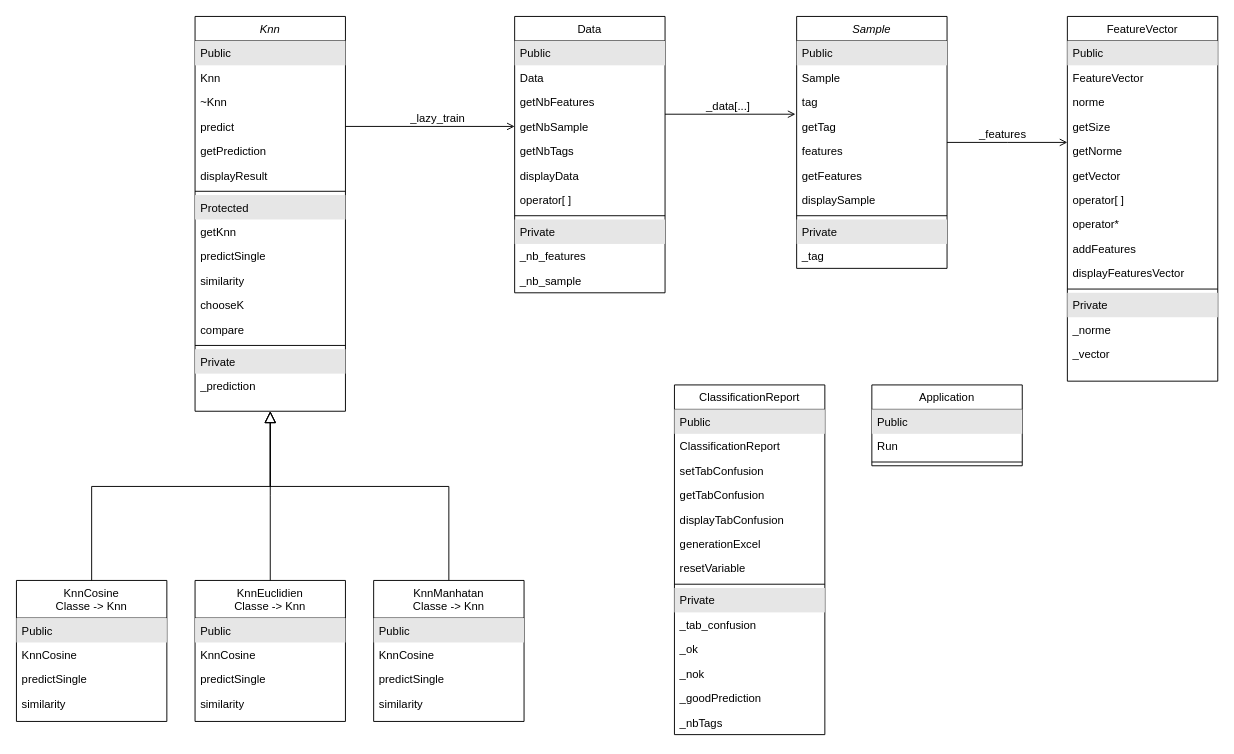
Earlier version of the draw.io diagram doc/UML.drawio (Ruttsu/Project_classifieur). Source tidied: cells renumbered, new cells numbered last; positions are measured from the earlier drawing's top-left corner, leaving out a move shared by most shapes. Both pictures are drawn from the tidied source at 94%, with x=0, y=0 at pixel (16, 16).
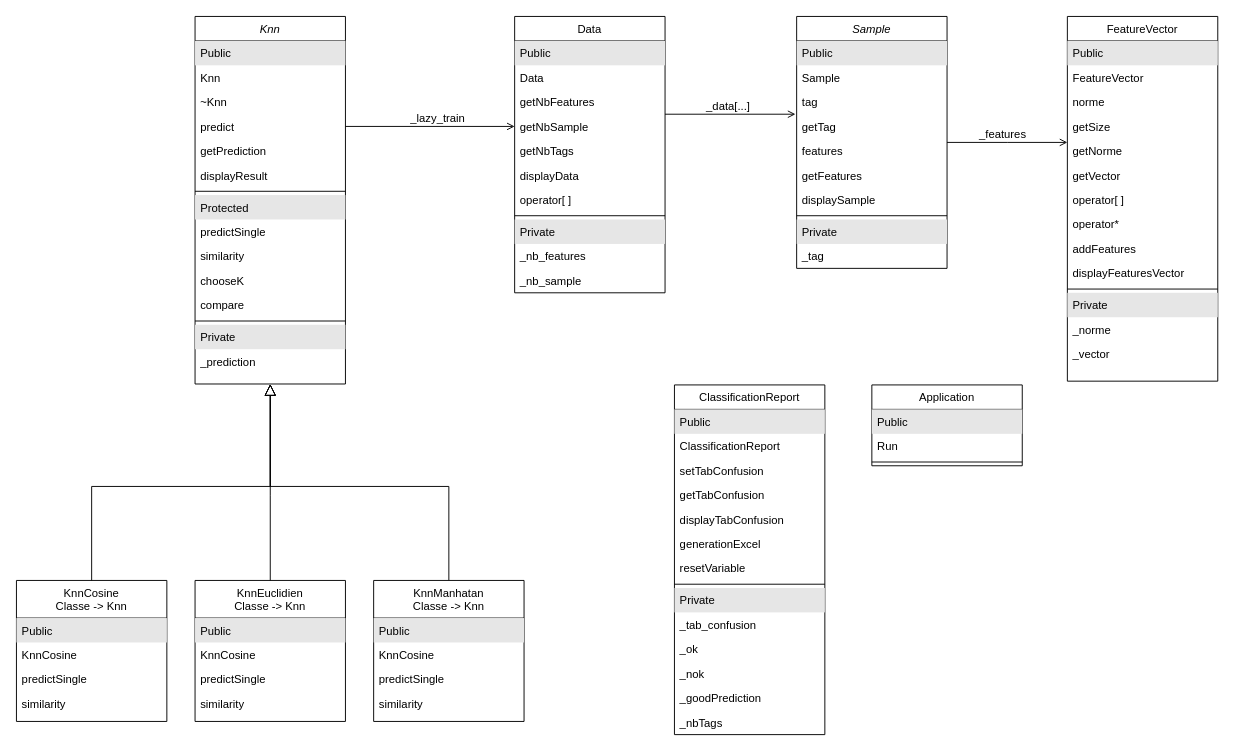
Above is the later version.

The edit, as a diff of the source:
```diff
@@
     <mxCell id="32" value="Knn" style="swimlane;fontStyle=2;align=center;verticalAlign=top;horizontal=1;startSize=26;rounded=0;shadow=0;strokeWidth=1;" parent="1" vertex="1">
-      <mxGeometry x="190" width="160" height="420" as="geometry" />
+      <mxGeometry x="190" width="160" height="391" as="geometry" />
     </mxCell>
@@
-    <mxCell id="41" value="getKnn" style="text;align=left;verticalAlign=top;spacingLeft=4;spacingRight=4;overflow=hidden;rounded=0;shadow=0;html=0;" parent="32" vertex="1">
-      <mxGeometry y="216" width="160" height="26" as="geometry" />
-    </mxCell>
     <mxCell id="42" value="predictSingle" style="text;align=left;verticalAlign=top;spacingLeft=4;spacingRight=4;overflow=hidden;rounded=0;shadow=0;html=0;" parent="32" vertex="1">
-      <mxGeometry y="242" width="160" height="26" as="geometry" />
+      <mxGeometry y="216" width="160" height="26" as="geometry" />
     </mxCell>
     <mxCell id="43" value="similarity" style="text;align=left;verticalAlign=top;spacingLeft=4;spacingRight=4;overflow=hidden;" parent="32" vertex="1">
-      <mxGeometry y="268" width="160" height="26" as="geometry" />
+      <mxGeometry y="242" width="160" height="26" as="geometry" />
     </mxCell>
     <mxCell id="44" value="chooseK" style="text;align=left;verticalAlign=top;spacingLeft=4;spacingRight=4;overflow=hidden;" parent="32" vertex="1">
-      <mxGeometry y="294" width="160" height="26" as="geometry" />
+      <mxGeometry y="268" width="160" height="26" as="geometry" />
     </mxCell>
     <mxCell id="45" value="compare" style="text;align=left;verticalAlign=top;spacingLeft=4;spacingRight=4;overflow=hidden;" parent="32" vertex="1">
-      <mxGeometry y="320" width="160" height="26" as="geometry" />
+      <mxGeometry y="294" width="160" height="26" as="geometry" />
     </mxCell>
     <mxCell id="46" style="line;html=1;strokeWidth=1;align=left;verticalAlign=middle;spacingTop=-1;spacingLeft=3;spacingRight=3;labelPosition=right;" parent="32" vertex="1">
-      <mxGeometry y="346" width="160" height="8" as="geometry" />
+      <mxGeometry y="320" width="160" height="8" as="geometry" />
     </mxCell>
     <mxCell id="47" value="Private" style="text;align=left;verticalAlign=top;spacingLeft=4;spacingRight=4;overflow=hidden;fillColor=#E6E6E6;" parent="32" vertex="1">
-      <mxGeometry y="354" width="160" height="26" as="geometry" />
+      <mxGeometry y="328" width="160" height="26" as="geometry" />
     </mxCell>
     <mxCell id="48" value="_prediction" style="text;align=left;verticalAlign=top;spacingLeft=4;spacingRight=4;overflow=hidden;" parent="32" vertex="1">
-      <mxGeometry y="380" width="160" height="26" as="geometry" />
+      <mxGeometry y="354" width="160" height="26" as="geometry" />
     </mxCell>
```
